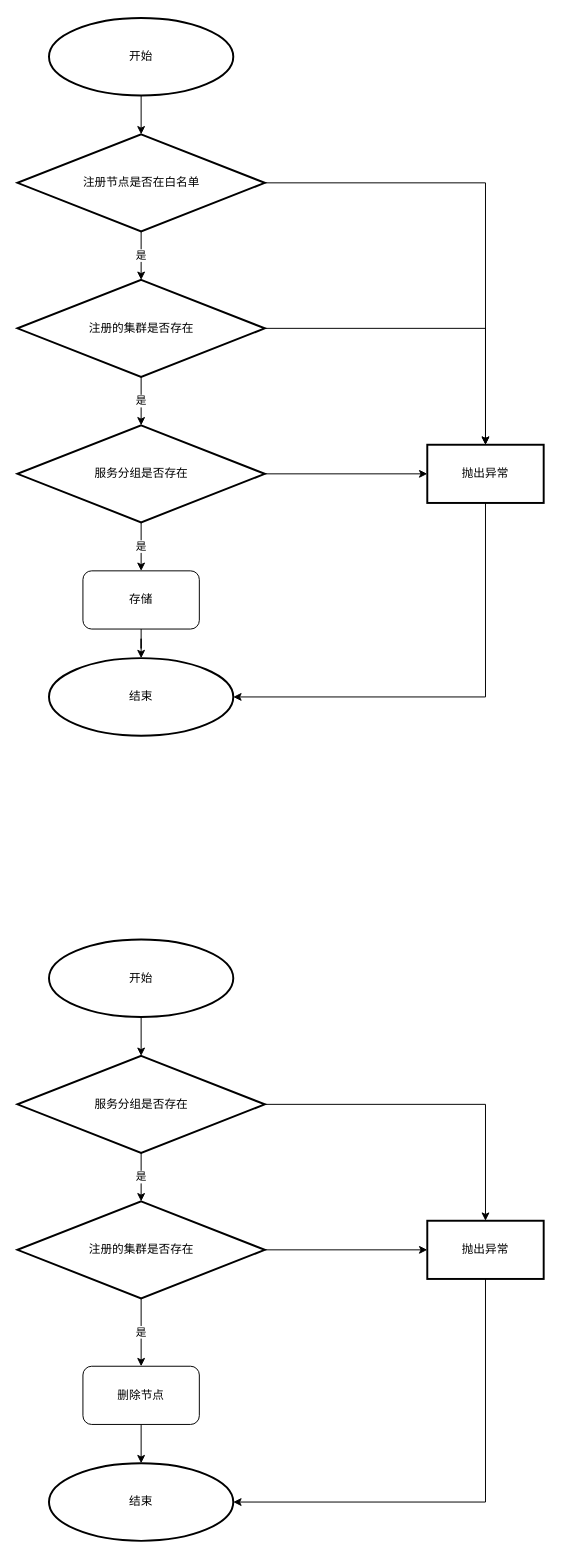
This is 注册中心.drawio from fengyouliang/drawio, a draw.io file, before an edit. Source tidied: cells renumbered, new cells numbered last; positions are measured from the earlier drawing's top-left corner, leaving out a move shared by most shapes. Both pictures are drawn from the tidied source at 97%, with x=0, y=0 at pixel (17, 17).
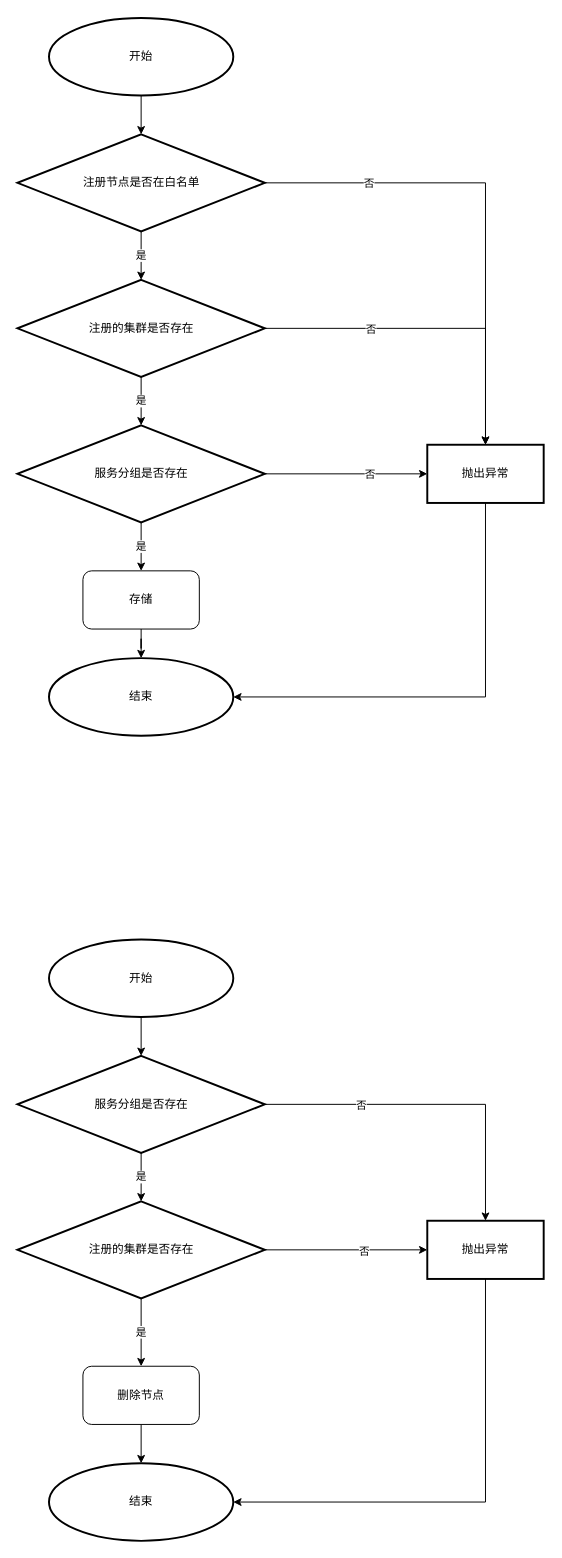
After the change.

Commit message (it also covers changes not shown here):
更新注册中心.drawio

The change refers to these unchanged cells:
```xml
<mxCell id="5" style="edgeStyle=orthogonalEdgeStyle;rounded=0;jettySize=auto;html=1;" parent="1" edge="1" source="6" target="17">
  <mxGeometry relative="1" as="geometry" />
</mxCell>
<mxCell id="8" style="edgeStyle=orthogonalEdgeStyle;rounded=0;jettySize=auto;html=1;" parent="1" edge="1" source="9" target="17">
  <mxGeometry relative="1" as="geometry" />
</mxCell>
<mxCell id="11" style="edgeStyle=orthogonalEdgeStyle;rounded=0;jettySize=auto;html=1;entryX=0;entryY=0.5;entryDx=0;entryDy=0;" parent="1" edge="1" source="12" target="17">
  <mxGeometry relative="1" as="geometry" />
</mxCell>
<mxCell id="21" style="edgeStyle=orthogonalEdgeStyle;rounded=0;jettySize=auto;html=1;" parent="1" edge="1" source="22" target="28">
  <mxGeometry relative="1" as="geometry" />
</mxCell>
<mxCell id="24" style="edgeStyle=orthogonalEdgeStyle;rounded=0;jettySize=auto;html=1;" parent="1" edge="1" source="25" target="28">
  <mxGeometry relative="1" as="geometry" />
</mxCell>
```

Change to the diagram source:
```diff
@@
+    <mxCell id="31" value="否" style="edgeLabel;html=1;align=center;verticalAlign=middle;" parent="5" vertex="1">
+      <mxGeometry x="-0.63" y="2" relative="1" as="geometry">
+        <mxPoint x="15" y="2" as="offset" />
+      </mxGeometry>
+    </mxCell>
@@
+    <mxCell id="32" value="否" style="edgeLabel;html=1;align=center;verticalAlign=middle;" parent="8" vertex="1">
+      <mxGeometry x="-0.45" y="2" relative="1" as="geometry">
+        <mxPoint x="13" y="2" as="offset" />
+      </mxGeometry>
+    </mxCell>
@@
+    <mxCell id="33" value="否" style="edgeLabel;html=1;align=center;verticalAlign=middle;" parent="11" vertex="1">
+      <mxGeometry x="0.15" relative="1" as="geometry">
+        <mxPoint x="12" as="offset" />
+      </mxGeometry>
+    </mxCell>
@@
+    <mxCell id="34" value="否" style="edgeLabel;html=1;align=center;verticalAlign=middle;" parent="21" vertex="1">
+      <mxGeometry x="-0.43" y="-5" relative="1" as="geometry">
+        <mxPoint y="-5" as="offset" />
+      </mxGeometry>
+    </mxCell>
@@
+    <mxCell id="35" value="否" style="edgeLabel;html=1;align=center;verticalAlign=middle;" parent="24" vertex="1">
+      <mxGeometry x="0.22" y="-1" relative="1" as="geometry" />
+    </mxCell>
```
